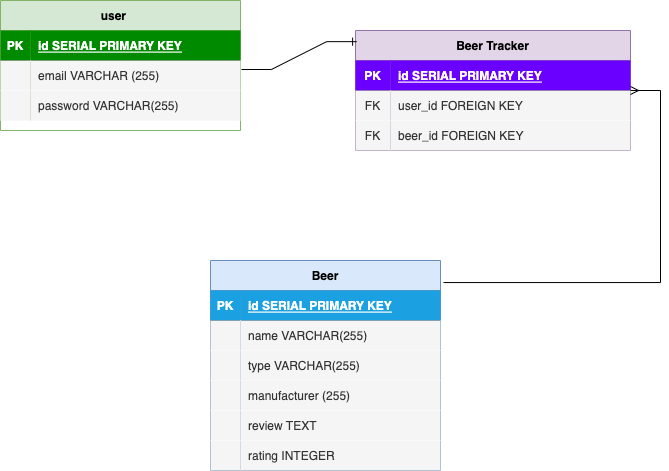
justin-aquino/beer-house keeps this draw.io diagram as ERD.drawio.png. Above is the earlier version. Source tidied: cells renumbered, new cells last; positions are measured from the earlier drawing's top-left corner, leaving out a move shared by most shapes.
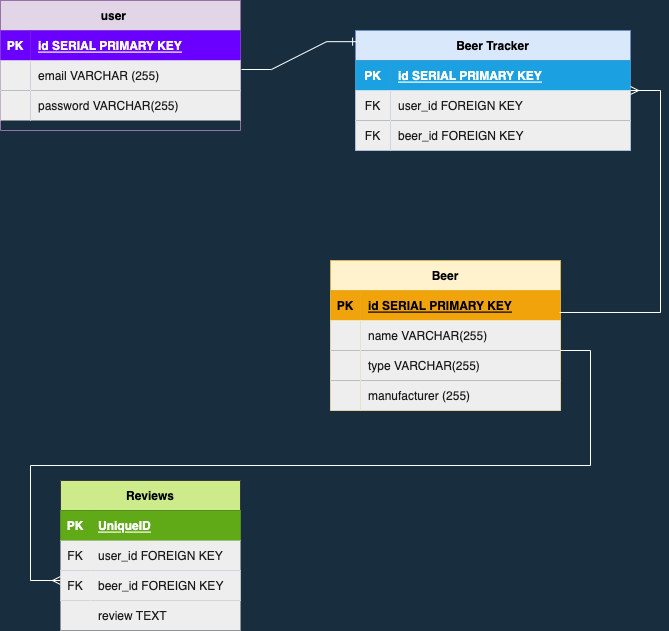
The same file after the commit.

The edit, as a diff of the source:
```diff
@@ -1,129 +1,156 @@
-<mxGraphModel>
+<mxGraphModel background="#182E3E">
   <root>
     <mxCell id="0" />
     <mxCell id="1" parent="0" />
-    <mxCell id="2" value="user    " style="shape=table;startSize=30;rowLines=0;fontStyle=1;align=center;fillColor=#d5e8d4;strokeColor=#82b366;" parent="1" vertex="1">
+    <mxCell id="2" value="user    " style="shape=table;startSize=30;rowLines=0;fontStyle=1;align=center;fillColor=#e1d5e7;strokeColor=#9673a6;" parent="1" vertex="1">
       <mxGeometry width="240" height="130" as="geometry" />
     </mxCell>
-    <mxCell id="3" style="shape=tableRow;horizontal=0;startSize=0;swimlaneHead=0;swimlaneBody=0;fillColor=none;top=0;left=0;right=0;bottom=1;" parent="2" vertex="1">
+    <mxCell id="3" style="shape=tableRow;horizontal=0;startSize=0;swimlaneHead=0;swimlaneBody=0;fillColor=none;top=0;left=0;right=0;bottom=1;strokeColor=#FFFFFF;fontColor=#1A1A1A;" parent="2" vertex="1">
       <mxGeometry y="30" width="240" height="30" as="geometry" />
     </mxCell>
-    <mxCell id="4" value="PK" style="shape=partialRectangle;fillColor=#008a00;top=0;left=0;bottom=0;right=0;fontStyle=1;overflow=hidden;strokeColor=#005700;fontColor=#ffffff;" parent="3" vertex="1">
+    <mxCell id="4" value="PK" style="shape=partialRectangle;fillColor=#6a00ff;top=0;left=0;bottom=0;right=0;fontStyle=1;overflow=hidden;strokeColor=#3700CC;fontColor=#ffffff;" parent="3" vertex="1">
       <mxGeometry width="30" height="30" as="geometry" />
     </mxCell>
-    <mxCell id="5" value="id SERIAL PRIMARY KEY" style="shape=partialRectangle;fillColor=#008a00;top=0;left=0;bottom=0;right=0;align=left;spacingLeft=6;fontStyle=5;overflow=hidden;strokeColor=#005700;fontColor=#ffffff;" parent="3" vertex="1">
+    <mxCell id="5" value="id SERIAL PRIMARY KEY" style="shape=partialRectangle;fillColor=#6a00ff;top=0;left=0;bottom=0;right=0;align=left;spacingLeft=6;fontStyle=5;overflow=hidden;strokeColor=#3700CC;fontColor=#ffffff;" parent="3" vertex="1">
       <mxGeometry x="30" width="210" height="30" as="geometry" />
     </mxCell>
-    <mxCell id="6" style="shape=tableRow;horizontal=0;startSize=0;swimlaneHead=0;swimlaneBody=0;fillColor=none;points=[[0,0.5],[1,0.5]];portConstraint=eastwest;top=0;left=0;right=0;bottom=0;" parent="2" vertex="1">
+    <mxCell id="6" style="shape=tableRow;horizontal=0;startSize=0;swimlaneHead=0;swimlaneBody=0;fillColor=none;points=[[0,0.5],[1,0.5]];portConstraint=eastwest;top=0;left=0;right=0;bottom=0;strokeColor=#FFFFFF;fontColor=#1A1A1A;" parent="2" vertex="1">
       <mxGeometry y="60" width="240" height="30" as="geometry" />
     </mxCell>
-    <mxCell id="7" style="shape=partialRectangle;fillColor=#f5f5f5;top=0;left=0;bottom=0;right=0;overflow=hidden;fontColor=#333333;strokeColor=#666666;" parent="6" vertex="1">
+    <mxCell id="7" style="shape=partialRectangle;fillColor=#EEEEEE;top=0;left=0;bottom=0;right=0;overflow=hidden;fontColor=#1A1A1A;strokeColor=#FFFFFF;" parent="6" vertex="1">
       <mxGeometry width="30" height="30" as="geometry" />
     </mxCell>
-    <mxCell id="8" value="email VARCHAR (255)" style="shape=partialRectangle;fillColor=#f5f5f5;top=0;left=0;bottom=0;right=0;align=left;spacingLeft=6;overflow=hidden;fontColor=#333333;strokeColor=#666666;" parent="6" vertex="1">
+    <mxCell id="8" value="email VARCHAR (255)" style="shape=partialRectangle;fillColor=#EEEEEE;top=0;left=0;bottom=0;right=0;align=left;spacingLeft=6;overflow=hidden;fontColor=#1A1A1A;strokeColor=#FFFFFF;" parent="6" vertex="1">
       <mxGeometry x="30" width="210" height="30" as="geometry" />
     </mxCell>
-    <mxCell id="9" style="shape=tableRow;horizontal=0;startSize=0;swimlaneHead=0;swimlaneBody=0;fillColor=none;top=0;left=0;right=0;bottom=0;" parent="2" vertex="1">
+    <mxCell id="9" style="shape=tableRow;horizontal=0;startSize=0;swimlaneHead=0;swimlaneBody=0;fillColor=none;top=0;left=0;right=0;bottom=0;strokeColor=#FFFFFF;fontColor=#1A1A1A;" parent="2" vertex="1">
       <mxGeometry y="90" width="240" height="30" as="geometry" />
     </mxCell>
-    <mxCell id="10" style="shape=partialRectangle;fillColor=#f5f5f5;top=0;left=0;bottom=0;right=0;overflow=hidden;fontColor=#333333;strokeColor=#666666;" parent="9" vertex="1">
+    <mxCell id="10" style="shape=partialRectangle;fillColor=#EEEEEE;top=0;left=0;bottom=0;right=0;overflow=hidden;fontColor=#1A1A1A;strokeColor=#FFFFFF;" parent="9" vertex="1">
       <mxGeometry width="30" height="30" as="geometry" />
     </mxCell>
-    <mxCell id="11" value="password VARCHAR(255)" style="shape=partialRectangle;fillColor=#f5f5f5;top=0;left=0;bottom=0;right=0;align=left;spacingLeft=6;overflow=hidden;fontColor=#333333;strokeColor=#666666;" parent="9" vertex="1">
+    <mxCell id="11" value="password VARCHAR(255)" style="shape=partialRectangle;fillColor=#EEEEEE;top=0;left=0;bottom=0;right=0;align=left;spacingLeft=6;overflow=hidden;fontColor=#1A1A1A;strokeColor=#FFFFFF;" parent="9" vertex="1">
       <mxGeometry x="30" width="210" height="30" as="geometry" />
     </mxCell>
-    <mxCell id="12" value="Beer Tracker" style="shape=table;startSize=30;rowLines=0;fontStyle=1;align=center;fillColor=#e1d5e7;strokeColor=#9673a6;" parent="1" vertex="1">
+    <mxCell id="12" value="Beer Tracker" style="shape=table;startSize=30;rowLines=0;fontStyle=1;align=center;fillColor=#dae8fc;strokeColor=#6c8ebf;" parent="1" vertex="1">
       <mxGeometry x="355" y="30" width="275" height="120" as="geometry" />
     </mxCell>
-    <mxCell id="13" style="shape=tableRow;horizontal=0;startSize=0;swimlaneHead=0;swimlaneBody=0;fillColor=none;top=0;left=0;right=0;bottom=1;" parent="12" vertex="1">
+    <mxCell id="13" style="shape=tableRow;horizontal=0;startSize=0;swimlaneHead=0;swimlaneBody=0;fillColor=none;top=0;left=0;right=0;bottom=1;strokeColor=#FFFFFF;fontColor=#1A1A1A;" parent="12" vertex="1">
       <mxGeometry y="30" width="275" height="30" as="geometry" />
     </mxCell>
-    <mxCell id="14" value="PK" style="shape=partialRectangle;fillColor=#6a00ff;top=0;left=0;bottom=0;right=0;fontStyle=1;overflow=hidden;fontColor=#ffffff;strokeColor=#3700CC;" parent="13" vertex="1">
+    <mxCell id="14" value="PK" style="shape=partialRectangle;fillColor=#1ba1e2;top=0;left=0;bottom=0;right=0;fontStyle=1;overflow=hidden;fontColor=#ffffff;strokeColor=#006EAF;" parent="13" vertex="1">
       <mxGeometry width="35" height="30" as="geometry" />
     </mxCell>
-    <mxCell id="15" value="id SERIAL PRIMARY KEY" style="shape=partialRectangle;fillColor=#6a00ff;top=0;left=0;bottom=0;right=0;align=left;spacingLeft=6;fontStyle=5;overflow=hidden;fontColor=#ffffff;strokeColor=#3700CC;" parent="13" vertex="1">
+    <mxCell id="15" value="id SERIAL PRIMARY KEY" style="shape=partialRectangle;fillColor=#1ba1e2;top=0;left=0;bottom=0;right=0;align=left;spacingLeft=6;fontStyle=5;overflow=hidden;fontColor=#ffffff;strokeColor=#006EAF;" parent="13" vertex="1">
       <mxGeometry x="35" width="240" height="30" as="geometry" />
     </mxCell>
-    <mxCell id="16" style="shape=tableRow;horizontal=0;startSize=0;swimlaneHead=0;swimlaneBody=0;fillColor=none;top=0;left=0;right=0;bottom=0;" parent="12" vertex="1">
+    <mxCell id="16" style="shape=tableRow;horizontal=0;startSize=0;swimlaneHead=0;swimlaneBody=0;fillColor=none;top=0;left=0;right=0;bottom=0;strokeColor=#FFFFFF;fontColor=#1A1A1A;" parent="12" vertex="1">
       <mxGeometry y="60" width="275" height="30" as="geometry" />
     </mxCell>
-    <mxCell id="17" value="FK" style="shape=partialRectangle;fillColor=#f5f5f5;top=0;left=0;bottom=0;right=0;overflow=hidden;fontColor=#333333;strokeColor=#666666;" parent="16" vertex="1">
+    <mxCell id="17" value="FK" style="shape=partialRectangle;fillColor=#EEEEEE;top=0;left=0;bottom=0;right=0;overflow=hidden;fontColor=#1A1A1A;strokeColor=#FFFFFF;" parent="16" vertex="1">
       <mxGeometry width="35" height="30" as="geometry" />
     </mxCell>
-    <mxCell id="18" value="user_id FOREIGN KEY" style="shape=partialRectangle;fillColor=#f5f5f5;top=0;left=0;bottom=0;right=0;align=left;spacingLeft=6;overflow=hidden;fontColor=#333333;strokeColor=#666666;" parent="16" vertex="1">
+    <mxCell id="18" value="user_id FOREIGN KEY" style="shape=partialRectangle;fillColor=#EEEEEE;top=0;left=0;bottom=0;right=0;align=left;spacingLeft=6;overflow=hidden;fontColor=#1A1A1A;strokeColor=#FFFFFF;" parent="16" vertex="1">
       <mxGeometry x="35" width="240" height="30" as="geometry" />
     </mxCell>
-    <mxCell id="19" style="shape=tableRow;horizontal=0;startSize=0;swimlaneHead=0;swimlaneBody=0;fillColor=none;top=0;left=0;right=0;bottom=0;" parent="12" vertex="1">
+    <mxCell id="19" style="shape=tableRow;horizontal=0;startSize=0;swimlaneHead=0;swimlaneBody=0;fillColor=none;top=0;left=0;right=0;bottom=0;strokeColor=#FFFFFF;fontColor=#1A1A1A;" parent="12" vertex="1">
       <mxGeometry y="90" width="275" height="30" as="geometry" />
     </mxCell>
-    <mxCell id="20" value="FK" style="shape=partialRectangle;fillColor=#f5f5f5;top=0;left=0;bottom=0;right=0;overflow=hidden;fontColor=#333333;strokeColor=#666666;" parent="19" vertex="1">
+    <mxCell id="20" value="FK" style="shape=partialRectangle;fillColor=#EEEEEE;top=0;left=0;bottom=0;right=0;overflow=hidden;fontColor=#1A1A1A;strokeColor=#FFFFFF;" parent="19" vertex="1">
       <mxGeometry width="35" height="30" as="geometry" />
     </mxCell>
-    <mxCell id="21" value="beer_id FOREIGN KEY" style="shape=partialRectangle;fillColor=#f5f5f5;top=0;left=0;bottom=0;right=0;align=left;spacingLeft=6;overflow=hidden;fontColor=#333333;strokeColor=#666666;" parent="19" vertex="1">
+    <mxCell id="21" value="beer_id FOREIGN KEY" style="shape=partialRectangle;fillColor=#EEEEEE;top=0;left=0;bottom=0;right=0;align=left;spacingLeft=6;overflow=hidden;fontColor=#1A1A1A;strokeColor=#FFFFFF;" parent="19" vertex="1">
       <mxGeometry x="35" width="240" height="30" as="geometry" />
     </mxCell>
-    <mxCell id="22" style="edgeStyle=entityRelationEdgeStyle;fontSize=12;html=1;endArrow=ERone;endFill=1;rounded=0;exitX=1.004;exitY=0.3;exitDx=0;exitDy=0;exitPerimeter=0;entryX=0.004;entryY=0.093;entryDx=0;entryDy=0;entryPerimeter=0;" parent="1" edge="1" source="6" target="12">
+    <mxCell id="22" style="edgeStyle=entityRelationEdgeStyle;fontSize=12;html=1;endArrow=ERone;endFill=1;rounded=0;exitX=1.004;exitY=0.3;exitDx=0;exitDy=0;exitPerimeter=0;entryX=0.004;entryY=0.093;entryDx=0;entryDy=0;entryPerimeter=0;labelBackgroundColor=#182E3E;strokeColor=#FFFFFF;fontColor=#FFFFFF;" parent="1" edge="1" source="6" target="12">
       <mxGeometry relative="1" as="geometry" />
     </mxCell>
-    <mxCell id="23" value="Beer" style="shape=table;startSize=30;rowLines=0;fontStyle=1;align=center;fillColor=#dae8fc;strokeColor=#6c8ebf;" parent="1" vertex="1">
-      <mxGeometry x="210" y="260" width="230" height="210" as="geometry" />
+    <mxCell id="23" value="Beer" style="shape=table;startSize=30;rowLines=0;fontStyle=1;align=center;fillColor=#fff2cc;strokeColor=#d6b656;" parent="1" vertex="1">
+      <mxGeometry x="330" y="260" width="230" height="150" as="geometry" />
     </mxCell>
-    <mxCell id="24" style="shape=tableRow;horizontal=0;startSize=0;swimlaneHead=0;swimlaneBody=0;fillColor=none;points=[[0,0.5],[1,0.5]];portConstraint=eastwest;top=0;left=0;right=0;bottom=1;" parent="23" vertex="1">
+    <mxCell id="24" style="shape=tableRow;horizontal=0;startSize=0;swimlaneHead=0;swimlaneBody=0;fillColor=none;points=[[0,0.5],[1,0.5]];portConstraint=eastwest;top=0;left=0;right=0;bottom=1;strokeColor=#FFFFFF;fontColor=#1A1A1A;" parent="23" vertex="1">
       <mxGeometry y="30" width="230" height="30" as="geometry" />
     </mxCell>
-    <mxCell id="25" value="PK" style="shape=partialRectangle;fillColor=#1ba1e2;top=0;left=0;bottom=0;right=0;fontStyle=1;overflow=hidden;fontColor=#ffffff;strokeColor=#006EAF;" parent="24" vertex="1">
+    <mxCell id="25" value="PK" style="shape=partialRectangle;fillColor=#f0a30a;top=0;left=0;bottom=0;right=0;fontStyle=1;overflow=hidden;fontColor=#000000;strokeColor=#BD7000;" parent="24" vertex="1">
       <mxGeometry width="30" height="30" as="geometry" />
     </mxCell>
-    <mxCell id="26" value="id SERIAL PRIMARY KEY" style="shape=partialRectangle;fillColor=#1ba1e2;top=0;left=0;bottom=0;right=0;align=left;spacingLeft=6;fontStyle=5;overflow=hidden;fontColor=#ffffff;strokeColor=#006EAF;" parent="24" vertex="1">
+    <mxCell id="26" value="id SERIAL PRIMARY KEY" style="shape=partialRectangle;fillColor=#f0a30a;top=0;left=0;bottom=0;right=0;align=left;spacingLeft=6;fontStyle=5;overflow=hidden;fontColor=#000000;strokeColor=#BD7000;" parent="24" vertex="1">
       <mxGeometry x="30" width="200" height="30" as="geometry" />
     </mxCell>
-    <mxCell id="27" style="shape=tableRow;horizontal=0;startSize=0;swimlaneHead=0;swimlaneBody=0;fillColor=none;top=0;left=0;right=0;bottom=0;" parent="23" vertex="1">
+    <mxCell id="27" style="shape=tableRow;horizontal=0;startSize=0;swimlaneHead=0;swimlaneBody=0;fillColor=none;top=0;left=0;right=0;bottom=0;strokeColor=#FFFFFF;fontColor=#1A1A1A;" parent="23" vertex="1">
       <mxGeometry y="60" width="230" height="30" as="geometry" />
     </mxCell>
-    <mxCell id="28" style="shape=partialRectangle;fillColor=#f5f5f5;top=0;left=0;bottom=0;right=0;overflow=hidden;fontColor=#333333;strokeColor=#666666;" parent="27" vertex="1">
+    <mxCell id="28" style="shape=partialRectangle;fillColor=#EEEEEE;top=0;left=0;bottom=0;right=0;overflow=hidden;fontColor=#1A1A1A;strokeColor=#FFFFFF;" parent="27" vertex="1">
       <mxGeometry width="30" height="30" as="geometry" />
     </mxCell>
-    <mxCell id="29" value="name VARCHAR(255)" style="shape=partialRectangle;fillColor=#f5f5f5;top=0;left=0;bottom=0;right=0;align=left;spacingLeft=6;overflow=hidden;fontColor=#333333;strokeColor=#666666;" parent="27" vertex="1">
+    <mxCell id="29" value="name VARCHAR(255)" style="shape=partialRectangle;fillColor=#EEEEEE;top=0;left=0;bottom=0;right=0;align=left;spacingLeft=6;overflow=hidden;fontColor=#1A1A1A;strokeColor=#FFFFFF;" parent="27" vertex="1">
       <mxGeometry x="30" width="200" height="30" as="geometry" />
     </mxCell>
-    <mxCell id="30" style="shape=tableRow;horizontal=0;startSize=0;swimlaneHead=0;swimlaneBody=0;fillColor=none;top=0;left=0;right=0;bottom=0;" parent="23" vertex="1">
+    <mxCell id="30" style="shape=tableRow;horizontal=0;startSize=0;swimlaneHead=0;swimlaneBody=0;fillColor=none;top=0;left=0;right=0;bottom=0;strokeColor=#FFFFFF;fontColor=#1A1A1A;" parent="23" vertex="1">
       <mxGeometry y="90" width="230" height="30" as="geometry" />
     </mxCell>
-    <mxCell id="31" style="shape=partialRectangle;fillColor=#f5f5f5;top=0;left=0;bottom=0;right=0;overflow=hidden;fontColor=#333333;strokeColor=#666666;" parent="30" vertex="1">
+    <mxCell id="31" style="shape=partialRectangle;fillColor=#EEEEEE;top=0;left=0;bottom=0;right=0;overflow=hidden;fontColor=#1A1A1A;strokeColor=#FFFFFF;" parent="30" vertex="1">
       <mxGeometry width="30" height="30" as="geometry" />
     </mxCell>
-    <mxCell id="32" value="type VARCHAR(255)" style="shape=partialRectangle;fillColor=#f5f5f5;top=0;left=0;bottom=0;right=0;align=left;spacingLeft=6;overflow=hidden;fontColor=#333333;strokeColor=#666666;" parent="30" vertex="1">
+    <mxCell id="32" value="type VARCHAR(255)" style="shape=partialRectangle;fillColor=#EEEEEE;top=0;left=0;bottom=0;right=0;align=left;spacingLeft=6;overflow=hidden;fontColor=#1A1A1A;strokeColor=#FFFFFF;" parent="30" vertex="1">
       <mxGeometry x="30" width="200" height="30" as="geometry" />
     </mxCell>
-    <mxCell id="33" style="shape=tableRow;horizontal=0;startSize=0;swimlaneHead=0;swimlaneBody=0;fillColor=none;top=0;left=0;right=0;bottom=0;" parent="23" vertex="1">
+    <mxCell id="33" style="shape=tableRow;horizontal=0;startSize=0;swimlaneHead=0;swimlaneBody=0;fillColor=none;top=0;left=0;right=0;bottom=0;strokeColor=#FFFFFF;fontColor=#1A1A1A;" parent="23" vertex="1">
       <mxGeometry y="120" width="230" height="30" as="geometry" />
     </mxCell>
-    <mxCell id="34" style="shape=partialRectangle;fillColor=#f5f5f5;top=0;left=0;bottom=0;right=0;overflow=hidden;fontColor=#333333;strokeColor=#666666;" parent="33" vertex="1">
+    <mxCell id="34" style="shape=partialRectangle;fillColor=#EEEEEE;top=0;left=0;bottom=0;right=0;overflow=hidden;fontColor=#1A1A1A;strokeColor=#FFFFFF;" parent="33" vertex="1">
       <mxGeometry width="30" height="30" as="geometry" />
     </mxCell>
-    <mxCell id="35" value="manufacturer (255)" style="shape=partialRectangle;fillColor=#f5f5f5;top=0;left=0;bottom=0;right=0;align=left;spacingLeft=6;overflow=hidden;fontColor=#333333;strokeColor=#666666;" parent="33" vertex="1">
+    <mxCell id="35" value="manufacturer (255)" style="shape=partialRectangle;fillColor=#EEEEEE;top=0;left=0;bottom=0;right=0;align=left;spacingLeft=6;overflow=hidden;fontColor=#1A1A1A;strokeColor=#FFFFFF;" parent="33" vertex="1">
       <mxGeometry x="30" width="200" height="30" as="geometry" />
     </mxCell>
-    <mxCell id="36" style="shape=tableRow;horizontal=0;startSize=0;swimlaneHead=0;swimlaneBody=0;fillColor=none;top=0;left=0;right=0;bottom=0;" parent="23" vertex="1">
-      <mxGeometry y="150" width="230" height="30" as="geometry" />
-    </mxCell>
-    <mxCell id="37" style="shape=partialRectangle;fillColor=#f5f5f5;top=0;left=0;bottom=0;right=0;overflow=hidden;fontColor=#333333;strokeColor=#666666;" parent="36" vertex="1">
-      <mxGeometry width="30" height="30" as="geometry" />
-    </mxCell>
+    <mxCell id="42" style="edgeStyle=entityRelationEdgeStyle;fontSize=12;html=1;endArrow=ERmany;rounded=0;exitX=0.996;exitY=0.733;exitDx=0;exitDy=0;exitPerimeter=0;labelBackgroundColor=#182E3E;strokeColor=#FFFFFF;fontColor=#FFFFFF;" parent="1" edge="1" source="24" target="12">
+      <mxGeometry relative="1" as="geometry" />
+    </mxCell>
+    <mxCell id="43" value="Reviews" style="shape=table;startSize=30;rowLines=0;fontStyle=1;align=center;fillColor=#cdeb8b;strokeColor=#36393d;" parent="1" vertex="1">
+      <mxGeometry x="60" y="480" width="180" height="150" as="geometry" />
+    </mxCell>
+    <mxCell id="44" style="shape=tableRow;horizontal=0;startSize=0;swimlaneHead=0;swimlaneBody=0;fillColor=#60a917;top=0;left=0;right=0;bottom=1;strokeColor=#2D7600;fontColor=#ffffff;" parent="43" vertex="1">
+      <mxGeometry y="30" width="180" height="30" as="geometry" />
+    </mxCell>
+    <mxCell id="45" value="PK" style="shape=partialRectangle;fillColor=#60a917;top=0;left=0;bottom=0;right=0;fontStyle=1;overflow=hidden;fontColor=#ffffff;strokeColor=#2D7600;" parent="44" vertex="1">
+      <mxGeometry width="30" height="30" as="geometry" />
+    </mxCell>
+    <mxCell id="46" value="UniqueID" style="shape=partialRectangle;fillColor=#60a917;top=0;left=0;bottom=0;right=0;align=left;spacingLeft=6;fontStyle=5;overflow=hidden;fontColor=#ffffff;strokeColor=#2D7600;" parent="44" vertex="1">
+      <mxGeometry x="30" width="150" height="30" as="geometry" />
+    </mxCell>
+    <mxCell id="47" style="shape=tableRow;horizontal=0;startSize=0;swimlaneHead=0;swimlaneBody=0;fillColor=#EEEEEE;top=0;left=0;right=0;bottom=0;fontColor=#1A1A1A;strokeColor=#FFFFFF;" parent="43" vertex="1">
+      <mxGeometry y="60" width="180" height="30" as="geometry" />
+    </mxCell>
+    <mxCell id="48" value="FK" style="shape=partialRectangle;fillColor=none;top=0;left=0;bottom=0;right=0;overflow=hidden;strokeColor=#FFFFFF;fontColor=#1A1A1A;" parent="47" vertex="1">
+      <mxGeometry width="30" height="30" as="geometry" />
+    </mxCell>
+    <mxCell id="49" value="user_id FOREIGN KEY" style="shape=partialRectangle;fillColor=none;top=0;left=0;bottom=0;right=0;align=left;spacingLeft=6;overflow=hidden;strokeColor=#FFFFFF;fontColor=#1A1A1A;" parent="47" vertex="1">
+      <mxGeometry x="30" width="150" height="30" as="geometry" />
+    </mxCell>
+    <mxCell id="50" style="shape=tableRow;horizontal=0;startSize=0;swimlaneHead=0;swimlaneBody=0;fillColor=#EEEEEE;top=0;left=0;right=0;bottom=0;fontColor=#1A1A1A;strokeColor=#FFFFFF;" parent="43" vertex="1">
+      <mxGeometry y="90" width="180" height="30" as="geometry" />
+    </mxCell>
+    <mxCell id="51" value="FK" style="shape=partialRectangle;fillColor=#EEEEEE;top=0;left=0;bottom=0;right=0;overflow=hidden;fontColor=#1A1A1A;strokeColor=#FFFFFF;" parent="50" vertex="1">
+      <mxGeometry width="30" height="30" as="geometry" />
+    </mxCell>
+    <mxCell id="52" value="beer_id FOREIGN KEY" style="shape=partialRectangle;fillColor=#EEEEEE;top=0;left=0;bottom=0;right=0;align=left;spacingLeft=6;overflow=hidden;fontColor=#1A1A1A;strokeColor=#FFFFFF;" parent="50" vertex="1">
+      <mxGeometry x="30" width="150" height="30" as="geometry" />
+    </mxCell>
+    <mxCell id="53" style="shape=tableRow;horizontal=0;startSize=0;swimlaneHead=0;swimlaneBody=0;fillColor=#EEEEEE;top=0;left=0;right=0;bottom=0;fontColor=#1A1A1A;strokeColor=#FFFFFF;" parent="43" vertex="1">
+      <mxGeometry y="120" width="180" height="30" as="geometry" />
+    </mxCell>
+    <mxCell id="54" style="shape=partialRectangle;fillColor=none;top=0;left=0;bottom=0;right=0;overflow=hidden;strokeColor=#FFFFFF;fontColor=#1A1A1A;" parent="53" vertex="1">
+      <mxGeometry width="30" height="30" as="geometry" />
+    </mxCell>
-    <mxCell id="38" value="review TEXT" style="shape=partialRectangle;fillColor=#f5f5f5;top=0;left=0;bottom=0;right=0;align=left;spacingLeft=6;overflow=hidden;fontColor=#333333;strokeColor=#666666;" parent="36" vertex="1">
-      <mxGeometry x="30" width="200" height="30" as="geometry" />
+    <mxCell id="38" value="review TEXT" style="shape=partialRectangle;fillColor=none;top=0;left=0;bottom=0;right=0;align=left;spacingLeft=6;overflow=hidden;strokeColor=#FFFFFF;fontColor=#1A1A1A;" parent="53" vertex="1">
+      <mxGeometry x="30" width="150" height="30" as="geometry" />
     </mxCell>
-    <mxCell id="39" style="shape=tableRow;horizontal=0;startSize=0;swimlaneHead=0;swimlaneBody=0;fillColor=none;top=0;left=0;right=0;bottom=0;" parent="23" vertex="1">
-      <mxGeometry y="180" width="230" height="30" as="geometry" />
-    </mxCell>
-    <mxCell id="40" style="shape=partialRectangle;fillColor=#f5f5f5;top=0;left=0;bottom=0;right=0;overflow=hidden;fontColor=#333333;strokeColor=#666666;" parent="39" vertex="1">
-      <mxGeometry width="30" height="30" as="geometry" />
-    </mxCell>
-    <mxCell id="41" value="rating INTEGER" style="shape=partialRectangle;fillColor=#f5f5f5;top=0;left=0;bottom=0;right=0;align=left;spacingLeft=6;overflow=hidden;fontColor=#333333;strokeColor=#666666;" parent="39" vertex="1">
-      <mxGeometry x="30" width="200" height="30" as="geometry" />
-    </mxCell>
-    <mxCell id="42" style="edgeStyle=entityRelationEdgeStyle;fontSize=12;html=1;endArrow=ERmany;rounded=0;exitX=1.013;exitY=0.105;exitDx=0;exitDy=0;exitPerimeter=0;" parent="1" edge="1" source="23" target="12">
-      <mxGeometry relative="1" as="geometry" />
-    </mxCell>
+    <mxCell id="55" style="edgeStyle=entityRelationEdgeStyle;fontSize=12;html=1;endArrow=ERmany;rounded=0;labelBackgroundColor=#182E3E;strokeColor=#FFFFFF;fontColor=#FFFFFF;" parent="1" edge="1">
+      <mxGeometry relative="1" as="geometry">
+        <mxPoint x="560" y="350" as="sourcePoint" />
+        <mxPoint x="60" y="580" as="targetPoint" />
+      </mxGeometry>
+    </mxCell>
   </root>
 </mxGraphModel>
```
